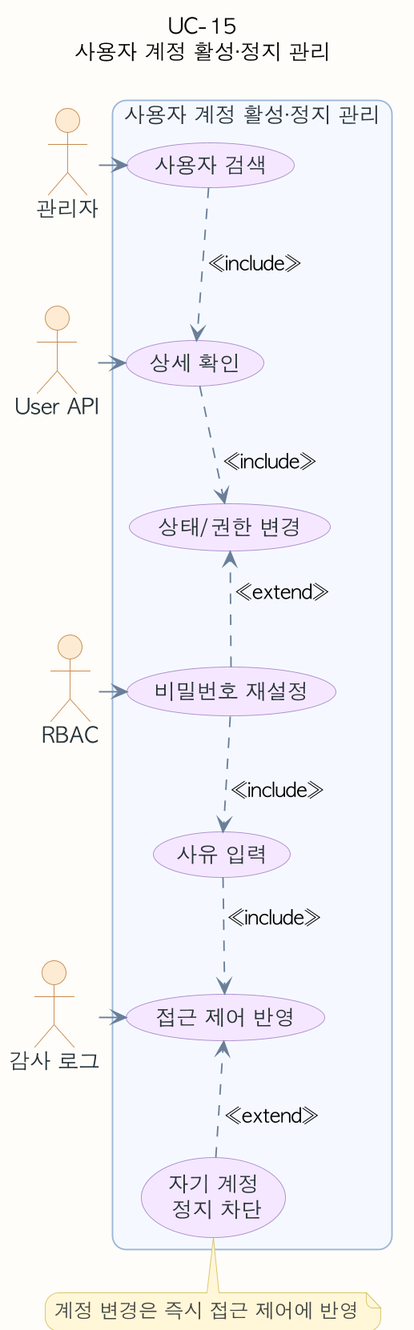
The PlantUML diagram assets/diagrams/usecase/uc-15-usecase.png in ricky30825-creator/BMS, before a commit. Its source is kept beside it as assets/diagrams/usecase/uc-15-usecase.puml.
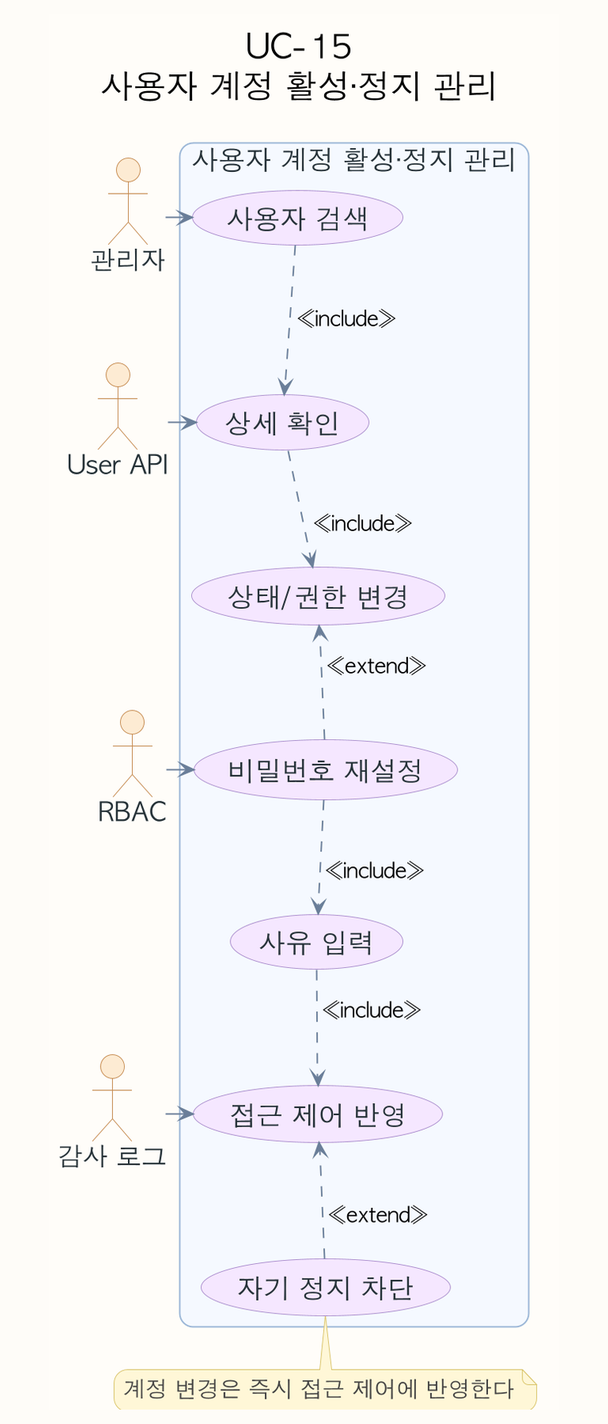
The same diagram one commit later.

The edit, as a diff of the source:
```diff
@@ -4,6 +4,12 @@
 skinparam shadowing false
 skinparam dpi 180
 skinparam defaultFontName "AppleGothic"
+skinparam defaultFontSize 18
+skinparam TitleFontSize 22
+skinparam ActorFontSize 17
+skinparam UsecaseFontSize 18
+skinparam NoteFontSize 15
+skinparam ArrowFontSize 14
 skinparam roundcorner 18
 skinparam usecase {
   BackgroundColor #F8FAFC
@@ -43,7 +49,7 @@
   usecase "비밀번호 재설정" as U4
   usecase "사유 입력" as U5
   usecase "접근 제어 반영" as U6
-  usecase "자기 계정\n 정지 차단" as U7
+  usecase "자기 정지 차단" as U7
 }
 U1 -[hidden]down- U2
 U2 -[hidden]down- U3
@@ -62,6 +68,6 @@
 U5 ..> U6 : <<include>>
 U7 ..> U6 : <<extend>>
 note bottom of U7
-계정 변경은 즉시 접근 제어에 반영
+계정 변경은 즉시 접근 제어에 반영한다
 end note
 @enduml
```
